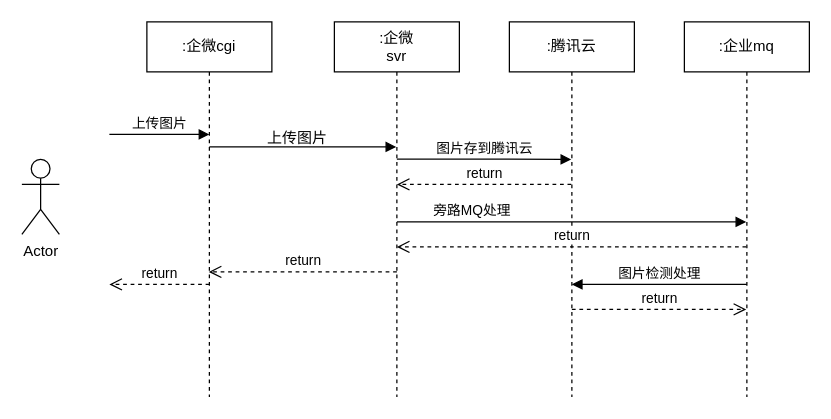
Above: 专利.drawio in gaoyubin/draw.io (draw.io), before the change. Source tidied: cells renumbered, new cells numbered last; positions are measured from the earlier drawing's top-left corner, leaving out a move shared by most shapes. Both pictures are drawn from the tidied source at 125%, with x=0, y=0 at pixel (21, 21).
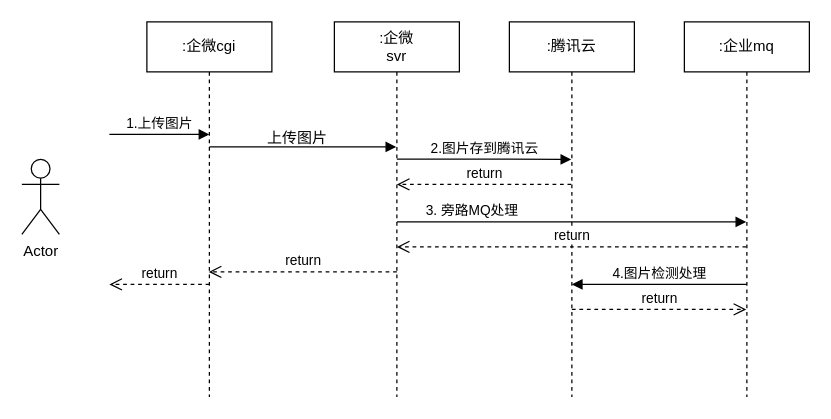
Above is the later version.

The change refers to these unchanged cells:
```xml
<mxCell id="4" value=":企业mq" style="shape=umlLifeline;perimeter=lifelinePerimeter;whiteSpace=wrap;html=1;outlineConnect=0;portConstraint=eastwest;newEdgeStyle={&quot;edgeStyle&quot;:&quot;elbowEdgeStyle&quot;,&quot;elbow&quot;:&quot;vertical&quot;,&quot;curved&quot;:0,&quot;rounded&quot;:0};" parent="1" vertex="1">
  <mxGeometry x="530" width="100" height="300" as="geometry" />
</mxCell>
<mxCell id="8" value=":腾讯云" style="shape=umlLifeline;perimeter=lifelinePerimeter;whiteSpace=wrap;html=1;outlineConnect=0;portConstraint=eastwest;newEdgeStyle={&quot;edgeStyle&quot;:&quot;elbowEdgeStyle&quot;,&quot;elbow&quot;:&quot;vertical&quot;,&quot;curved&quot;:0,&quot;rounded&quot;:0};" parent="1" vertex="1">
  <mxGeometry x="390" width="100" height="300" as="geometry" />
</mxCell>
```

Change to the diagram source:
```diff
@@
-    <mxCell id="6" value="上传图片" style="html=1;verticalAlign=bottom;endArrow=block;edgeStyle=elbowEdgeStyle;elbow=vertical;curved=0;rounded=0;" parent="1" edge="1">
+    <mxCell id="6" value="1.上传图片" style="html=1;verticalAlign=bottom;endArrow=block;edgeStyle=elbowEdgeStyle;elbow=vertical;curved=0;rounded=0;" parent="1" edge="1">
       <mxGeometry relative="1" as="geometry">
         <mxPoint x="70" y="90" as="sourcePoint" />
         <mxPoint x="150" y="90" as="targetPoint" />
       </mxGeometry>
     </mxCell>
@@
-    <mxCell id="9" value="图片存到腾讯云" style="html=1;verticalAlign=bottom;endArrow=block;edgeStyle=elbowEdgeStyle;elbow=vertical;curved=0;rounded=0;" parent="1" edge="1" target="8">
+    <mxCell id="9" value="2.图片存到腾讯云" style="html=1;verticalAlign=bottom;endArrow=block;edgeStyle=elbowEdgeStyle;elbow=vertical;curved=0;rounded=0;" parent="1" edge="1" target="8">
       <mxGeometry relative="1" as="geometry">
         <mxPoint x="300" y="109.7" as="sourcePoint" />
       </mxGeometry>
     </mxCell>
@@
-    <mxCell id="11" value="旁路MQ处理" style="html=1;verticalAlign=bottom;endArrow=block;edgeStyle=elbowEdgeStyle;elbow=vertical;curved=0;rounded=0;" parent="1" edge="1" target="4">
+    <mxCell id="11" value="3. 旁路MQ处理" style="html=1;verticalAlign=bottom;endArrow=block;edgeStyle=elbowEdgeStyle;elbow=vertical;curved=0;rounded=0;" parent="1" edge="1" target="4">
       <mxGeometry x="-0.57" relative="1" as="geometry">
         <mxPoint x="300" y="160" as="sourcePoint" />
       </mxGeometry>
     </mxCell>
@@
-    <mxCell id="13" value="图片检测处理" style="html=1;verticalAlign=bottom;endArrow=block;edgeStyle=elbowEdgeStyle;elbow=vertical;curved=0;rounded=0;entryX=0.5;entryY=0.7;entryDx=0;entryDy=0;entryPerimeter=0;" parent="1" edge="1" target="8">
+    <mxCell id="13" value="4.图片检测处理" style="html=1;verticalAlign=bottom;endArrow=block;edgeStyle=elbowEdgeStyle;elbow=vertical;curved=0;rounded=0;entryX=0.5;entryY=0.7;entryDx=0;entryDy=0;entryPerimeter=0;" parent="1" edge="1" target="8">
       <mxGeometry relative="1" as="geometry">
         <mxPoint x="580" y="210" as="sourcePoint" />
       </mxGeometry>
     </mxCell>
```
